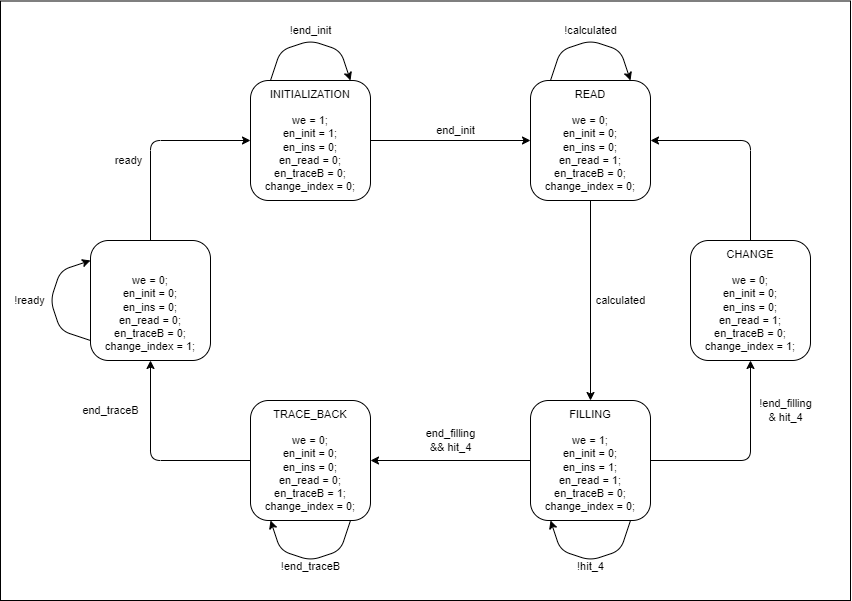
Dani-Picciau/NW_algorithm keeps this draw.io diagram as Algorithm schematics/FSM_Schematic.drawio.png. Above is the earlier version. Source tidied: cells renumbered, new cells last; positions are measured from the earlier drawing's top-left corner, leaving out a move shared by most shapes.
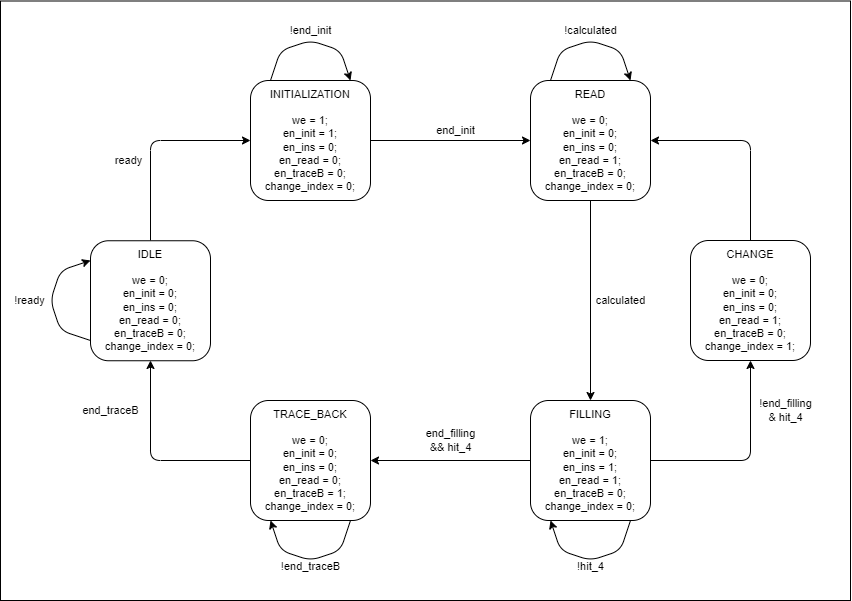
The same diagram one commit later.

Diff of the diagram source:
```diff
@@ -115,11 +115,9 @@
         </Array>
       </mxGeometry>
     </mxCell>
-    <mxCell id="25" value="&lt;font style=&quot;&quot;&gt;&lt;font color=&quot;rgba(0, 0, 0, 0)&quot;&gt;IDLE&lt;/font&gt;&lt;br style=&quot;font-size: 11px;&quot;&gt;&lt;br style=&quot;font-size: 11px;&quot;&gt;&lt;font style=&quot;scrollbar-color: light-dark(#e2e2e2, #4b4b4b)&lt;br/&gt;&#9;&#9;&#9;&#9;&#9;light-dark(#fbfbfb, var(--dark-panel-color)); color: light-dark(rgb(0, 0, 0), rgb(255, 255, 255));&quot;&gt;we = 0;&lt;br style=&quot;scrollbar-color: light-dark(#e2e2e2, #4b4b4b)&lt;br/&gt;&#9;&#9;&#9;&#9;&#9;light-dark(#fbfbfb, var(--dark-panel-color));&quot;&gt;&lt;/font&gt;&lt;div style=&quot;scrollbar-color: light-dark(#e2e2e2, #4b4b4b)&lt;br/&gt;&#9;&#9;&#9;&#9;&#9;light-dark(#fbfbfb, var(--dark-panel-color));&quot;&gt;&lt;font style=&quot;scrollbar-color: light-dark(#e2e2e2, #4b4b4b)&lt;br/&gt;&#9;&#9;&#9;&#9;&#9;light-dark(#fbfbfb, var(--dark-panel-color)); color: light-dark(rgb(0, 0, 0), rgb(255, 255, 255));&quot;&gt;en_init = 0;&lt;/font&gt;&lt;/div&gt;&lt;div style=&quot;scrollbar-color: light-dark(#e2e2e2, #4b4b4b)&lt;br/&gt;&#9;&#9;&#9;&#9;&#9;light-dark(#fbfbfb, var(--dark-panel-color));&quot;&gt;&lt;font style=&quot;scrollbar-color: light-dark(#e2e2e2, #4b4b4b)&lt;br/&gt;&#9;&#9;&#9;&#9;&#9;light-dark(#fbfbfb, var(--dark-panel-color)); color: light-dark(rgb(0, 0, 0), rgb(255, 255, 255));&quot;&gt;en_ins = 0;&lt;/font&gt;&lt;/div&gt;&lt;div style=&quot;scrollbar-color: light-dark(#e2e2e2, #4b4b4b)&lt;br/&gt;&#9;&#9;&#9;&#9;&#9;light-dark(#fbfbfb, var(--dark-panel-color));&quot;&gt;&lt;font style=&quot;scrollbar-color: light-dark(#e2e2e2, #4b4b4b)&lt;br/&gt;&#9;&#9;&#9;&#9;&#9;light-dark(#fbfbfb, var(--dark-panel-color)); color: light-dark(rgb(0, 0, 0), rgb(255, 255, 255));&quot;&gt;en_read = 0;&lt;br style=&quot;scrollbar-color: light-dark(#e2e2e2, #4b4b4b)&lt;br/&gt;&#9;&#9;&#9;&#9;&#9;light-dark(#fbfbfb, var(--dark-panel-color));&quot;&gt;en_traceB = 0;&lt;/font&gt;&lt;/div&gt;&lt;div style=&quot;scrollbar-color: light-dark(#e2e2e2, #4b4b4b)&lt;br/&gt;&#9;&#9;&#9;&#9;&#9;light-dark(#fbfbfb, var(--dark-panel-color));&quot;&gt;&lt;font style=&quot;scrollbar-color: light-dark(#e2e2e2, #4b4b4b)&lt;br/&gt;&#9;&#9;&#9;&#9;&#9;light-dark(#fbfbfb, var(--dark-panel-color));&quot;&gt;&lt;font style=&quot;color: light-dark(rgb(0, 0, 0), rgb(255, 255, 255));&quot;&gt;change_index = 1;&lt;/font&gt;&lt;/font&gt;&lt;/div&gt;&lt;/font&gt;" style="rounded=1;whiteSpace=wrap;html=1;fontSize=11;" parent="1" vertex="1">
-      <mxGeometry x="90" y="240" width="120" height="120" as="geometry" />
-    </mxCell>
-    <mxCell id="26" style="endArrow=classic;html=1;entryX=0.5;entryY=1;entryDx=0;entryDy=0;exitX=0;exitY=0.5;exitDx=0;exitDy=0;" parent="1" edge="1" source="12" target="25">
+    <mxCell id="26" style="endArrow=classic;html=1;entryX=0.5;entryY=1;entryDx=0;entryDy=0;exitX=0;exitY=0.5;exitDx=0;exitDy=0;" parent="1" edge="1" source="12">
       <mxGeometry relative="1" as="geometry">
+        <mxPoint x="150" y="360" as="targetPoint" />
         <Array as="points">
           <mxPoint x="150" y="460" />
         </Array>
@@ -142,8 +140,9 @@
     <mxCell id="29" value="end_traceB" style="text;html=1;align=center;verticalAlign=middle;strokeColor=none;fillColor=none;fontSize=11;" parent="1" vertex="1">
       <mxGeometry x="70" y="395" width="80" height="30" as="geometry" />
     </mxCell>
-    <mxCell id="30" style="endArrow=classic;html=1;entryX=0;entryY=0.5;entryDx=0;entryDy=0;exitX=0.5;exitY=0;exitDx=0;exitDy=0;" parent="1" edge="1" source="25" target="3">
+    <mxCell id="30" style="endArrow=classic;html=1;entryX=0;entryY=0.5;entryDx=0;entryDy=0;exitX=0.5;exitY=0;exitDx=0;exitDy=0;" parent="1" edge="1" target="3">
       <mxGeometry relative="1" as="geometry">
+        <mxPoint x="150" y="240" as="sourcePoint" />
         <Array as="points">
           <mxPoint x="150" y="140" />
         </Array>
@@ -152,5 +151,8 @@
     <mxCell id="31" value="ready" style="text;html=1;align=center;verticalAlign=middle;strokeColor=none;fillColor=none;fontSize=11;" parent="1" vertex="1">
       <mxGeometry x="103" y="145" width="50" height="30" as="geometry" />
     </mxCell>
+    <mxCell id="32" value="IDLE&lt;br style=&quot;font-size: 11px;&quot;&gt;&lt;br style=&quot;font-size: 11px;&quot;&gt;&lt;font style=&quot;scrollbar-color: light-dark(#e2e2e2, #4b4b4b)&lt;br/&gt;&#9;&#9;&#9;&#9;&#9;light-dark(#fbfbfb, var(--dark-panel-color)); color: light-dark(rgb(0, 0, 0), rgb(255, 255, 255));&quot;&gt;we = 0;&lt;br style=&quot;scrollbar-color: light-dark(#e2e2e2, #4b4b4b)&lt;br/&gt;&#9;&#9;&#9;&#9;&#9;light-dark(#fbfbfb, var(--dark-panel-color));&quot;&gt;&lt;/font&gt;&lt;div style=&quot;scrollbar-color: light-dark(#e2e2e2, #4b4b4b)&lt;br/&gt;&#9;&#9;&#9;&#9;&#9;light-dark(#fbfbfb, var(--dark-panel-color));&quot;&gt;&lt;font style=&quot;scrollbar-color: light-dark(#e2e2e2, #4b4b4b)&lt;br/&gt;&#9;&#9;&#9;&#9;&#9;light-dark(#fbfbfb, var(--dark-panel-color)); color: light-dark(rgb(0, 0, 0), rgb(255, 255, 255));&quot;&gt;en_init = 0;&lt;/font&gt;&lt;/div&gt;&lt;div style=&quot;scrollbar-color: light-dark(#e2e2e2, #4b4b4b)&lt;br/&gt;&#9;&#9;&#9;&#9;&#9;light-dark(#fbfbfb, var(--dark-panel-color));&quot;&gt;&lt;font style=&quot;scrollbar-color: light-dark(#e2e2e2, #4b4b4b)&lt;br/&gt;&#9;&#9;&#9;&#9;&#9;light-dark(#fbfbfb, var(--dark-panel-color)); color: light-dark(rgb(0, 0, 0), rgb(255, 255, 255));&quot;&gt;en_ins = 0;&lt;/font&gt;&lt;/div&gt;&lt;div style=&quot;scrollbar-color: light-dark(#e2e2e2, #4b4b4b)&lt;br/&gt;&#9;&#9;&#9;&#9;&#9;light-dark(#fbfbfb, var(--dark-panel-color));&quot;&gt;&lt;font style=&quot;scrollbar-color: light-dark(#e2e2e2, #4b4b4b)&lt;br/&gt;&#9;&#9;&#9;&#9;&#9;light-dark(#fbfbfb, var(--dark-panel-color)); color: light-dark(rgb(0, 0, 0), rgb(255, 255, 255));&quot;&gt;en_read = 0;&lt;br style=&quot;scrollbar-color: light-dark(#e2e2e2, #4b4b4b)&lt;br/&gt;&#9;&#9;&#9;&#9;&#9;light-dark(#fbfbfb, var(--dark-panel-color));&quot;&gt;en_traceB = 0;&lt;/font&gt;&lt;/div&gt;&lt;div style=&quot;scrollbar-color: light-dark(#e2e2e2, #4b4b4b)&lt;br/&gt;&#9;&#9;&#9;&#9;&#9;light-dark(#fbfbfb, var(--dark-panel-color));&quot;&gt;&lt;font style=&quot;scrollbar-color: light-dark(#e2e2e2, #4b4b4b)&lt;br/&gt;&#9;&#9;&#9;&#9;&#9;light-dark(#fbfbfb, var(--dark-panel-color));&quot;&gt;&lt;font style=&quot;color: light-dark(rgb(0, 0, 0), rgb(255, 255, 255));&quot;&gt;change_index = 0&lt;/font&gt;;&lt;/font&gt;&lt;/div&gt;" style="rounded=1;whiteSpace=wrap;html=1;fontSize=11;" parent="1" vertex="1">
+      <mxGeometry x="90" y="240.2" width="120" height="120" as="geometry" />
+    </mxCell>
   </root>
 </mxGraphModel>
```
